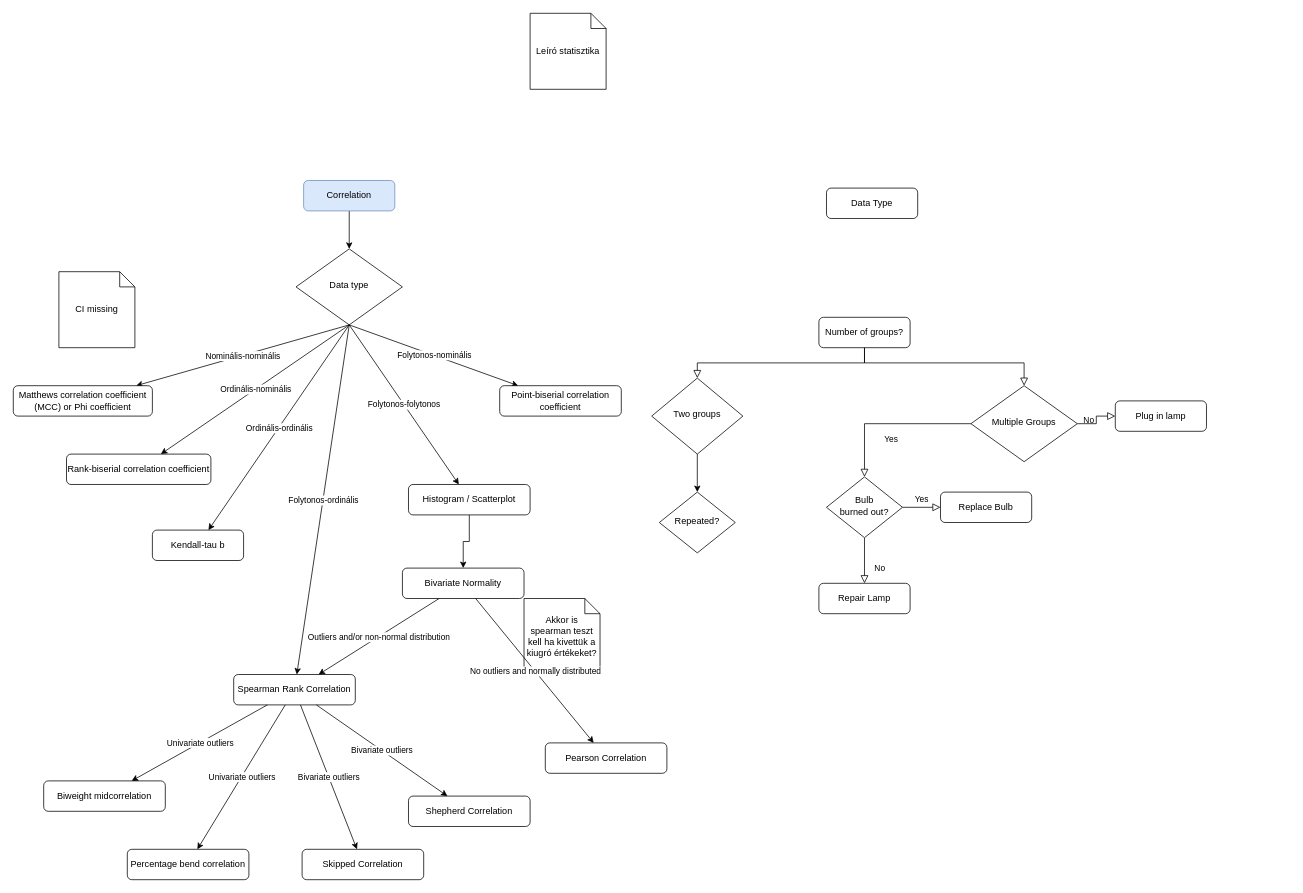
Earlier version of the draw.io diagram page "Folyamatábra" (1 of 2) of Somnium.drawio (matyasosvath/somnium). Source tidied: cells renumbered, new cells numbered last; positions are measured from the earlier drawing's top-left corner, leaving out a move shared by most shapes. Both pictures are drawn from the tidied source at 76%, with x=0, y=0 at pixel (13, 13).
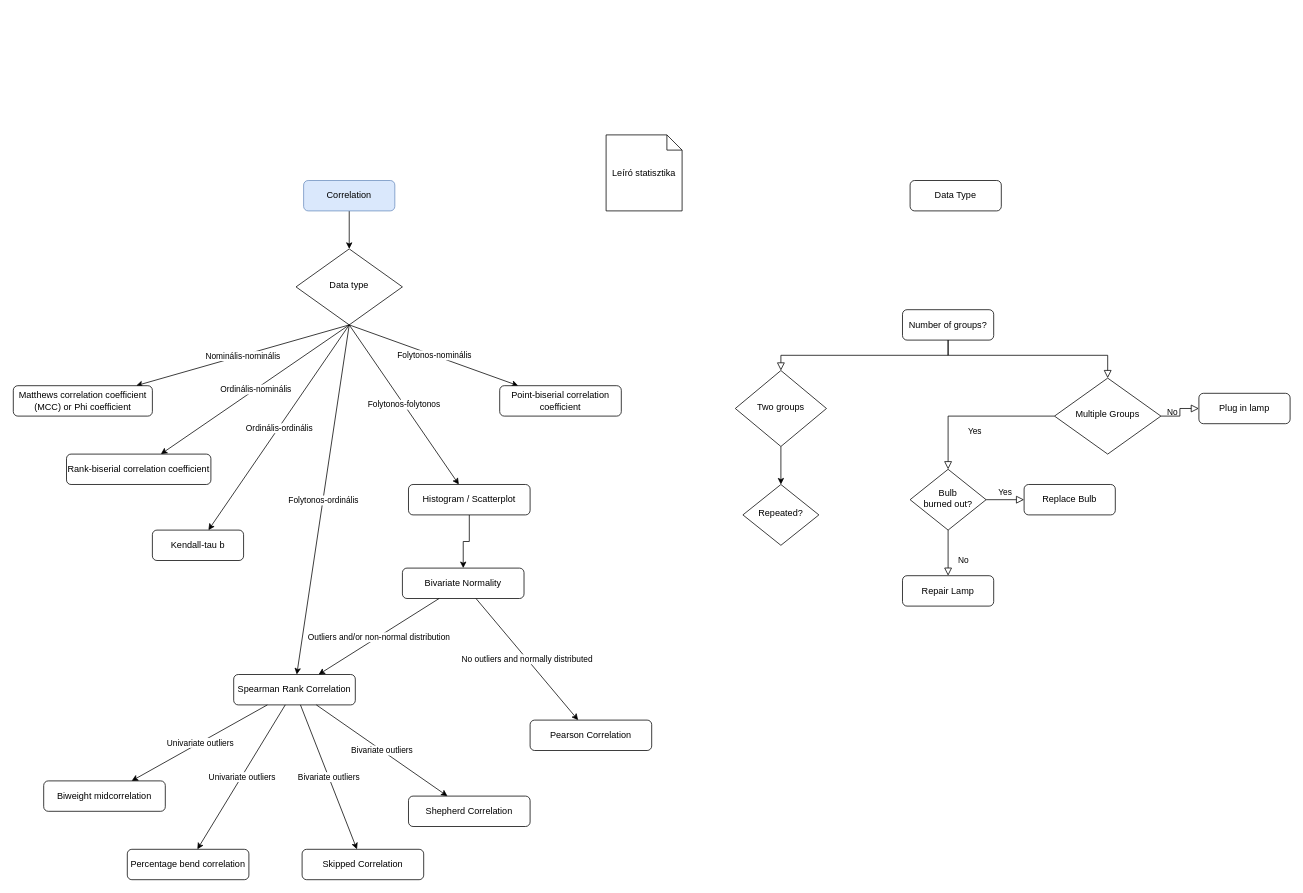
After the change.

Diff of the diagram source:
```diff
@@
-    <mxCell id="2" value="Akkor is spearman teszt kell ha kivettük a kiugró értékeket?" style="shape=note;size=20;whiteSpace=wrap;html=1;" parent="1" vertex="1">
-      <mxGeometry x="672" y="770" width="100" height="100" as="geometry" />
-    </mxCell>
     <mxCell id="3" style="rounded=0;html=1;jettySize=auto;fontSize=11;endArrow=block;endFill=0;endSize=8;strokeWidth=1;shadow=0;labelBackgroundColor=none;edgeStyle=orthogonalEdgeStyle;" parent="1" edge="1" source="4" target="7">
       <mxGeometry relative="1" as="geometry">
         <Array as="points">
-          <mxPoint x="1120" y="460" />
-          <mxPoint x="1330" y="460" />
+          <mxPoint x="1230" y="450" />
+          <mxPoint x="1440" y="450" />
         </Array>
       </mxGeometry>
     </mxCell>
     <mxCell id="4" value="Number of groups?" style="rounded=1;whiteSpace=wrap;html=1;fontSize=12;glass=0;strokeWidth=1;shadow=0;" parent="1" vertex="1">
-      <mxGeometry x="1060" y="400" width="120" height="40" as="geometry" />
+      <mxGeometry x="1170" y="390" width="120" height="40" as="geometry" />
     </mxCell>
@@
     <mxCell id="7" value="Multiple Groups" style="rhombus;whiteSpace=wrap;html=1;shadow=0;fontFamily=Helvetica;fontSize=12;align=center;strokeWidth=1;spacing=6;spacingTop=-4;" parent="1" vertex="1">
-      <mxGeometry x="1260" y="490" width="140" height="100" as="geometry" />
+      <mxGeometry x="1370" y="480" width="140" height="100" as="geometry" />
     </mxCell>
     <mxCell id="8" value="Plug in lamp" style="rounded=1;whiteSpace=wrap;html=1;fontSize=12;glass=0;strokeWidth=1;shadow=0;" parent="1" vertex="1">
-      <mxGeometry x="1450" y="510" width="120" height="40" as="geometry" />
+      <mxGeometry x="1560" y="500" width="120" height="40" as="geometry" />
     </mxCell>
@@
     <mxCell id="11" value="Bulb&lt;br&gt;burned out?" style="rhombus;whiteSpace=wrap;html=1;shadow=0;fontFamily=Helvetica;fontSize=12;align=center;strokeWidth=1;spacing=6;spacingTop=-4;" parent="1" vertex="1">
-      <mxGeometry x="1070" y="610" width="100" height="80" as="geometry" />
+      <mxGeometry x="1180" y="600" width="100" height="80" as="geometry" />
     </mxCell>
     <mxCell id="12" value="Repair Lamp" style="rounded=1;whiteSpace=wrap;html=1;fontSize=12;glass=0;strokeWidth=1;shadow=0;" parent="1" vertex="1">
-      <mxGeometry x="1060" y="750" width="120" height="40" as="geometry" />
+      <mxGeometry x="1170" y="740" width="120" height="40" as="geometry" />
     </mxCell>
     <mxCell id="13" value="Replace Bulb" style="rounded=1;whiteSpace=wrap;html=1;fontSize=12;glass=0;strokeWidth=1;shadow=0;" parent="1" vertex="1">
-      <mxGeometry x="1220" y="630" width="120" height="40" as="geometry" />
+      <mxGeometry x="1330" y="620" width="120" height="40" as="geometry" />
     </mxCell>
@@
     <mxCell id="15" value="Two groups" style="rhombus;whiteSpace=wrap;html=1;shadow=0;fontFamily=Helvetica;fontSize=12;align=center;strokeWidth=1;spacing=6;spacingTop=-4;" parent="1" vertex="1">
-      <mxGeometry x="840" y="480" width="120" height="100" as="geometry" />
+      <mxGeometry x="950" y="470" width="120" height="100" as="geometry" />
     </mxCell>
@@
     <mxCell id="17" style="rounded=0;html=1;jettySize=auto;fontSize=11;endArrow=block;endFill=0;endSize=8;strokeWidth=1;shadow=0;labelBackgroundColor=none;edgeStyle=orthogonalEdgeStyle;exitX=0.5;exitY=1;exitDx=0;exitDy=0;" parent="1" edge="1" source="4" target="15">
       <mxGeometry relative="1" as="geometry">
         <Array as="points">
-          <mxPoint x="1120" y="460" />
-          <mxPoint x="900" y="460" />
+          <mxPoint x="1230" y="450" />
+          <mxPoint x="1010" y="450" />
         </Array>
       </mxGeometry>
     </mxCell>
     <mxCell id="18" value="Data Type" style="rounded=1;whiteSpace=wrap;html=1;fontSize=12;glass=0;strokeWidth=1;shadow=0;" parent="1" vertex="1">
-      <mxGeometry x="1070" y="230" width="120" height="40" as="geometry" />
+      <mxGeometry x="1180" y="220" width="120" height="40" as="geometry" />
     </mxCell>
     <mxCell id="19" value="Repeated?" style="rhombus;whiteSpace=wrap;html=1;shadow=0;fontFamily=Helvetica;fontSize=12;align=center;strokeWidth=1;spacing=6;spacingTop=-4;" parent="1" vertex="1">
-      <mxGeometry x="850" y="630" width="100" height="80" as="geometry" />
+      <mxGeometry x="960" y="620" width="100" height="80" as="geometry" />
     </mxCell>
@@
     <mxCell id="44" value="Pearson Correlation" style="rounded=1;whiteSpace=wrap;html=1;fontSize=12;glass=0;strokeWidth=1;shadow=0;" parent="1" vertex="1">
-      <mxGeometry x="700" y="960" width="160" height="40" as="geometry" />
+      <mxGeometry x="680" y="930" width="160" height="40" as="geometry" />
     </mxCell>
@@
-    <mxCell id="49" value="CI missing" style="shape=note;size=20;whiteSpace=wrap;html=1;" parent="1" vertex="1">
-      <mxGeometry x="60" y="340" width="100" height="100" as="geometry" />
-    </mxCell>
@@
     <mxCell id="62" value="Leíró statisztika" style="shape=note;size=20;whiteSpace=wrap;html=1;" parent="1" vertex="1">
-      <mxGeometry x="680" width="100" height="100" as="geometry" />
+      <mxGeometry x="780" y="160" width="100" height="100" as="geometry" />
     </mxCell>
```
